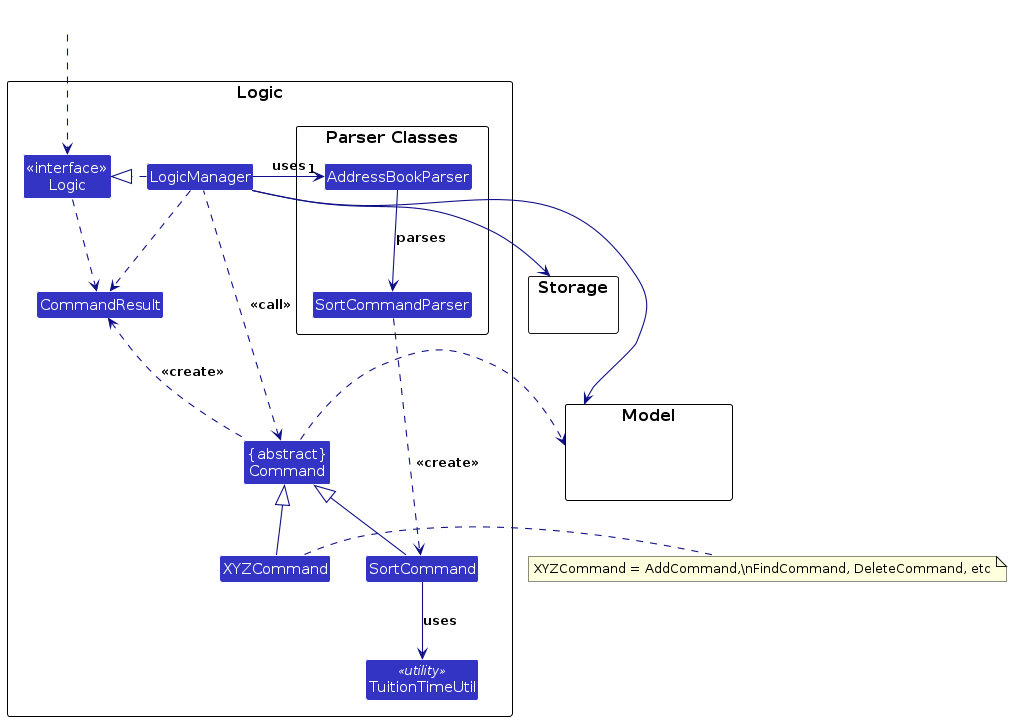
Above: diagrams/LogicClassDiagram.png in AY2425S2-CS2103-F10-4/tp (PlantUML), before the change. Its source is kept beside it as diagrams/LogicClassDiagram.puml.
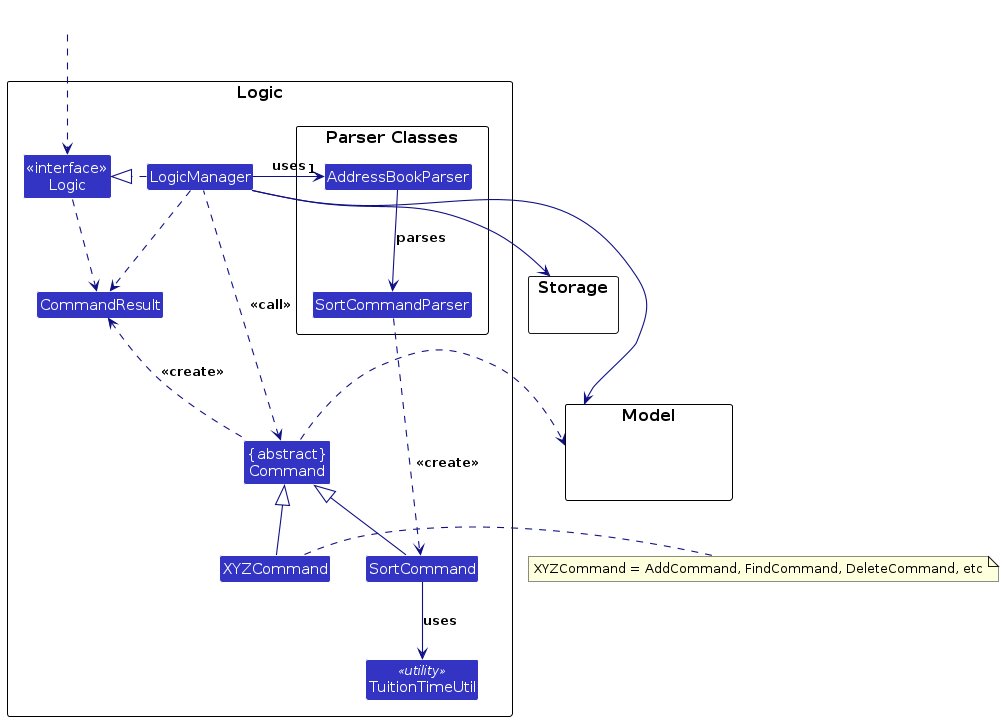
After the change.

Diff of the diagram source:
```diff
@@ -53,6 +53,6 @@
 Command .up.> CommandResult : <<create>>
 
 note right of XYZCommand
-XYZCommand = AddCommand,\nFindCommand, DeleteCommand, etc
+XYZCommand = AddCommand, FindCommand, DeleteCommand, etc
 end note
 @enduml
```
